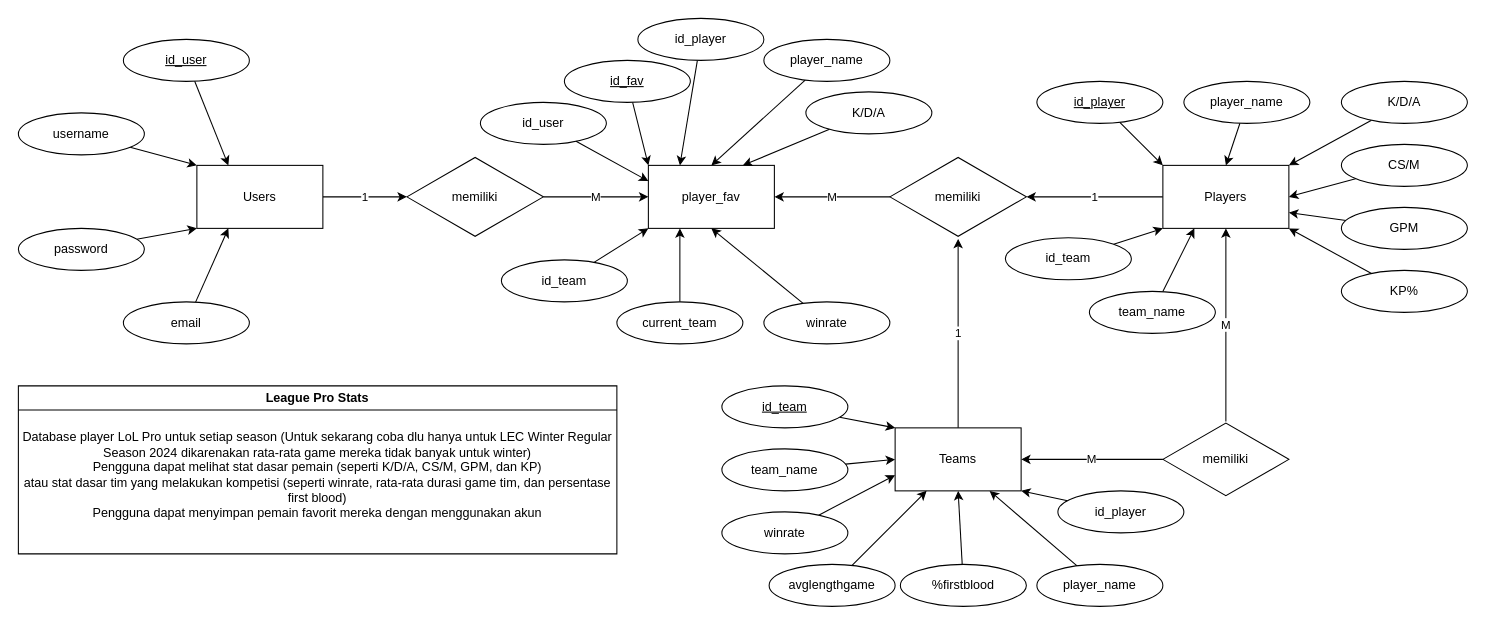
This is ERD Basic.drawio from FaN0016/JDA_Tugas, a draw.io file, before an edit. Source tidied: cells renumbered, new cells numbered last; positions are measured from the earlier drawing's top-left corner, leaving out a move shared by most shapes. Both pictures are drawn from the tidied source at 105%, with x=0, y=0 at pixel (18, 18).
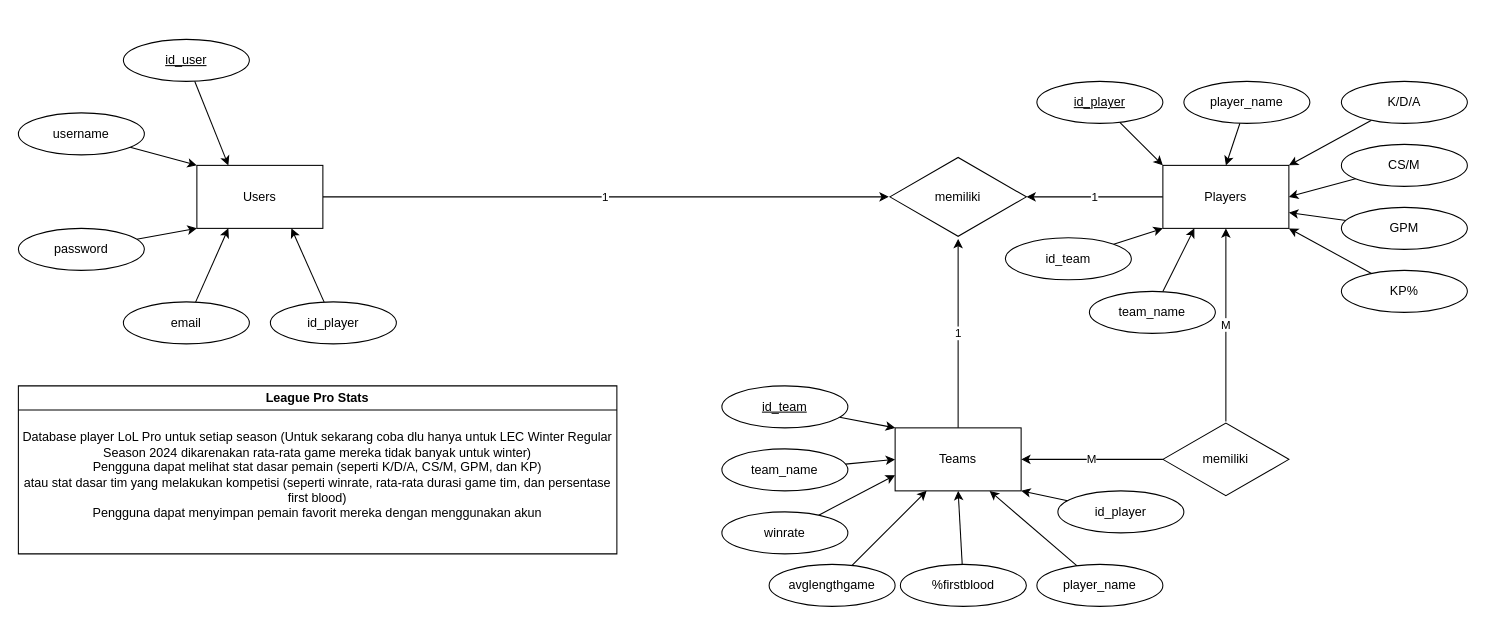
The same page after the edit.

The change refers to these unchanged cells:
```xml
<mxCell id="3" value="Users" style="rounded=0;whiteSpace=wrap;html=1;" parent="1" vertex="1">
  <mxGeometry x="170" y="140" width="120" height="60" as="geometry" />
</mxCell>
<mxCell id="28" value="memiliki" style="html=1;whiteSpace=wrap;shape=isoRectangle;" parent="1" vertex="1">
  <mxGeometry x="830" y="131" width="130" height="78" as="geometry" />
</mxCell>
```

The edit, as a diff of the source:
```diff
@@
-    <mxCell id="2" value="1" style="edgeStyle=orthogonalEdgeStyle;rounded=0;jettySize=auto;html=1;" parent="1" edge="1" source="3" target="15">
+    <mxCell id="2" value="1" style="edgeStyle=orthogonalEdgeStyle;rounded=0;jettySize=auto;html=1;entryX=-0.008;entryY=0.5;entryDx=0;entryDy=0;entryPerimeter=0;" parent="1" edge="1" source="3" target="28">
       <mxGeometry relative="1" as="geometry" />
     </mxCell>
@@
-    <mxCell id="14" value="M" style="edgeStyle=orthogonalEdgeStyle;rounded=0;jettySize=auto;html=1;entryX=0;entryY=0.5;entryDx=0;entryDy=0;" parent="1" edge="1" source="15" target="22">
-      <mxGeometry relative="1" as="geometry" />
-    </mxCell>
-    <mxCell id="15" value="memiliki" style="html=1;whiteSpace=wrap;shape=isoRectangle;" parent="1" vertex="1">
-      <mxGeometry x="370" y="131" width="130" height="78" as="geometry" />
-    </mxCell>
-    <mxCell id="16" style="rounded=0;jettySize=auto;html=1;entryX=0;entryY=0;entryDx=0;entryDy=0;" parent="1" edge="1" source="17" target="22">
-      <mxGeometry relative="1" as="geometry" />
-    </mxCell>
-    <mxCell id="17" value="&lt;u&gt;id_fav&lt;/u&gt;" style="ellipse;whiteSpace=wrap;html=1;" parent="1" vertex="1">
-      <mxGeometry x="520" y="40" width="120" height="40" as="geometry" />
-    </mxCell>
-    <mxCell id="18" style="rounded=0;jettySize=auto;html=1;entryX=0.5;entryY=0;entryDx=0;entryDy=0;" parent="1" edge="1" source="19" target="22">
-      <mxGeometry relative="1" as="geometry" />
-    </mxCell>
-    <mxCell id="19" value="player_name" style="ellipse;whiteSpace=wrap;html=1;" parent="1" vertex="1">
-      <mxGeometry x="710" y="20" width="120" height="40" as="geometry" />
-    </mxCell>
@@
-    <mxCell id="22" value="player_fav" style="rounded=0;whiteSpace=wrap;html=1;" parent="1" vertex="1">
-      <mxGeometry x="600" y="140" width="120" height="60" as="geometry" />
-    </mxCell>
-    <mxCell id="23" style="rounded=0;jettySize=auto;html=1;entryX=0;entryY=1;entryDx=0;entryDy=0;" parent="1" edge="1" source="24" target="22">
-      <mxGeometry relative="1" as="geometry" />
-    </mxCell>
-    <mxCell id="24" value="id_team" style="ellipse;whiteSpace=wrap;html=1;" parent="1" vertex="1">
-      <mxGeometry x="460" y="230" width="120" height="40" as="geometry" />
-    </mxCell>
-    <mxCell id="25" style="rounded=0;jettySize=auto;html=1;entryX=0.25;entryY=0;entryDx=0;entryDy=0;" parent="1" edge="1" source="26" target="22">
-      <mxGeometry relative="1" as="geometry" />
-    </mxCell>
+    <mxCell id="73" style="rounded=0;jettySize=auto;html=1;entryX=0.75;entryY=1;entryDx=0;entryDy=0;" parent="1" edge="1" source="26" target="3">
+      <mxGeometry relative="1" as="geometry" />
+    </mxCell>
     <mxCell id="26" value="id_player" style="ellipse;whiteSpace=wrap;html=1;" parent="1" vertex="1">
-      <mxGeometry x="590" width="120" height="40" as="geometry" />
+      <mxGeometry x="240" y="270" width="120" height="40" as="geometry" />
     </mxCell>
-    <mxCell id="27" value="M" style="edgeStyle=orthogonalEdgeStyle;rounded=0;jettySize=auto;html=1;entryX=1;entryY=0.5;entryDx=0;entryDy=0;" parent="1" edge="1" source="28" target="22">
-      <mxGeometry relative="1" as="geometry" />
-    </mxCell>
@@
-    <mxCell id="29" style="rounded=0;jettySize=auto;html=1;entryX=0.25;entryY=1;entryDx=0;entryDy=0;" parent="1" edge="1" source="30" target="22">
-      <mxGeometry relative="1" as="geometry" />
-    </mxCell>
-    <mxCell id="30" value="current_team" style="ellipse;whiteSpace=wrap;html=1;" parent="1" vertex="1">
-      <mxGeometry x="570" y="270" width="120" height="40" as="geometry" />
-    </mxCell>
-    <mxCell id="31" style="rounded=0;jettySize=auto;html=1;entryX=0.75;entryY=0;entryDx=0;entryDy=0;" parent="1" edge="1" source="32" target="22">
-      <mxGeometry relative="1" as="geometry" />
-    </mxCell>
-    <mxCell id="32" value="K/D/A" style="ellipse;whiteSpace=wrap;html=1;" parent="1" vertex="1">
-      <mxGeometry x="750" y="70" width="120" height="40" as="geometry" />
-    </mxCell>
-    <mxCell id="33" style="rounded=0;jettySize=auto;html=1;entryX=0.5;entryY=1;entryDx=0;entryDy=0;" parent="1" edge="1" source="34" target="22">
-      <mxGeometry relative="1" as="geometry" />
-    </mxCell>
-    <mxCell id="34" value="winrate" style="ellipse;whiteSpace=wrap;html=1;" parent="1" vertex="1">
-      <mxGeometry x="710" y="270" width="120" height="40" as="geometry" />
-    </mxCell>
@@
-    <mxCell id="49" value="id_user" style="ellipse;whiteSpace=wrap;html=1;" parent="1" vertex="1">
-      <mxGeometry x="440" y="80" width="120" height="40" as="geometry" />
-    </mxCell>
-    <mxCell id="50" style="rounded=0;jettySize=auto;html=1;entryX=0;entryY=0.25;entryDx=0;entryDy=0;" parent="1" edge="1" source="49" target="22">
-      <mxGeometry relative="1" as="geometry" />
-    </mxCell>
```
